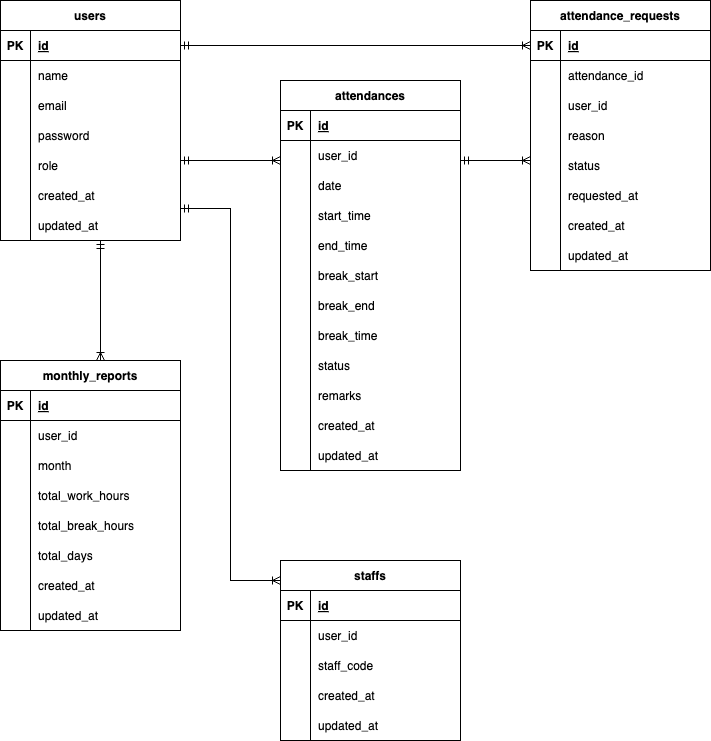
Earlier version of the draw.io export .drawio.png (ichiki925/attendance-app). Source tidied: cells renumbered, new cells last; positions are measured from the earlier drawing's top-left corner, leaving out a move shared by most shapes.
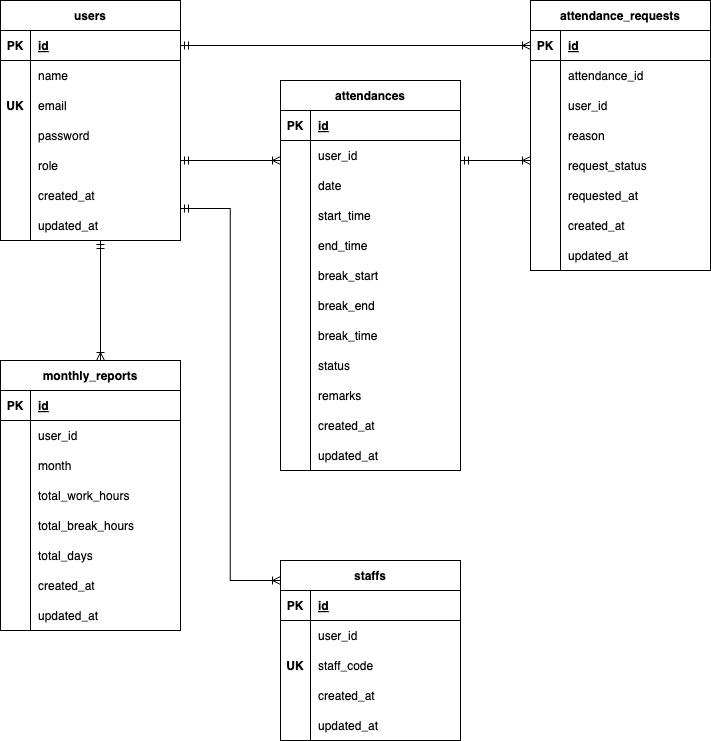
Later version of the same file.

What changed in the source:
```diff
@@ -26,7 +26,7 @@
     <mxCell id="9" style="shape=tableRow;horizontal=0;startSize=0;swimlaneHead=0;swimlaneBody=0;fillColor=none;top=0;left=0;right=0;bottom=0;" parent="2" vertex="1">
       <mxGeometry y="90" width="180" height="30" as="geometry" />
     </mxCell>
-    <mxCell id="10" style="shape=partialRectangle;fillColor=none;top=0;left=0;bottom=0;right=0;overflow=hidden;" parent="9" vertex="1">
+    <mxCell id="10" value="UK" style="shape=partialRectangle;fillColor=none;top=0;left=0;bottom=0;right=0;overflow=hidden;fontStyle=1;" parent="9" vertex="1">
       <mxGeometry width="30" height="30" as="geometry" />
     </mxCell>
     <mxCell id="11" value="email" style="shape=partialRectangle;fillColor=none;top=0;left=0;bottom=0;right=0;align=left;spacingLeft=6;overflow=hidden;" parent="9" vertex="1">
@@ -224,7 +224,7 @@
     <mxCell id="75" style="shape=partialRectangle;fillColor=none;top=0;left=0;bottom=0;right=0;overflow=hidden;" parent="74" vertex="1">
       <mxGeometry width="30" height="30" as="geometry" />
     </mxCell>
-    <mxCell id="76" value="status" style="shape=partialRectangle;fillColor=none;top=0;left=0;bottom=0;right=0;align=left;spacingLeft=6;overflow=hidden;" parent="74" vertex="1">
+    <mxCell id="76" value="request_status" style="shape=partialRectangle;fillColor=none;top=0;left=0;bottom=0;right=0;align=left;spacingLeft=6;overflow=hidden;" parent="74" vertex="1">
       <mxGeometry x="30" width="150" height="30" as="geometry" />
     </mxCell>
     <mxCell id="77" style="shape=tableRow;horizontal=0;startSize=0;swimlaneHead=0;swimlaneBody=0;fillColor=none;top=0;left=0;right=0;bottom=0;" parent="61" vertex="1">
@@ -278,7 +278,7 @@
     <mxCell id="93" style="shape=tableRow;horizontal=0;startSize=0;swimlaneHead=0;swimlaneBody=0;fillColor=none;top=0;left=0;right=0;bottom=0;" parent="86" vertex="1">
       <mxGeometry y="90" width="180" height="30" as="geometry" />
     </mxCell>
-    <mxCell id="94" style="shape=partialRectangle;fillColor=none;top=0;left=0;bottom=0;right=0;overflow=hidden;" parent="93" vertex="1">
+    <mxCell id="94" value="UK" style="shape=partialRectangle;fillColor=none;top=0;left=0;bottom=0;right=0;overflow=hidden;fontStyle=1;" parent="93" vertex="1">
       <mxGeometry width="30" height="30" as="geometry" />
     </mxCell>
     <mxCell id="95" value="staff_code" style="shape=partialRectangle;fillColor=none;top=0;left=0;bottom=0;right=0;align=left;spacingLeft=6;overflow=hidden;" parent="93" vertex="1">
```
